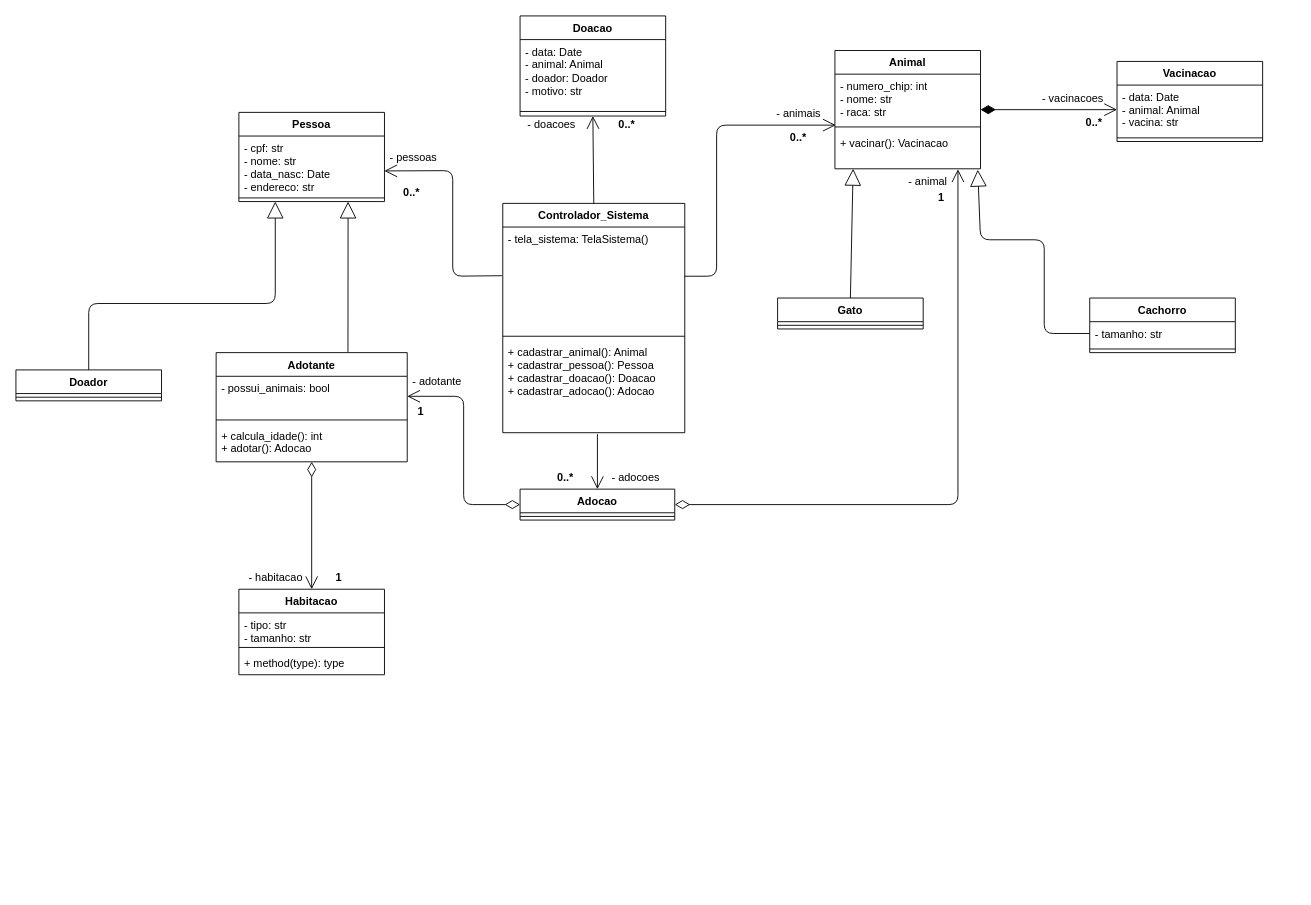
This is AdoçõesONG(Classes).drawio from ChrisBarlera/Trabalho-DSOO1, a draw.io file, before an edit. Source tidied: cells renumbered, new cells numbered last; positions are measured from the earlier drawing's top-left corner, leaving out a move shared by most shapes. Both pictures are drawn from the tidied source at 91%, with x=0, y=0 at pixel (15, 15).
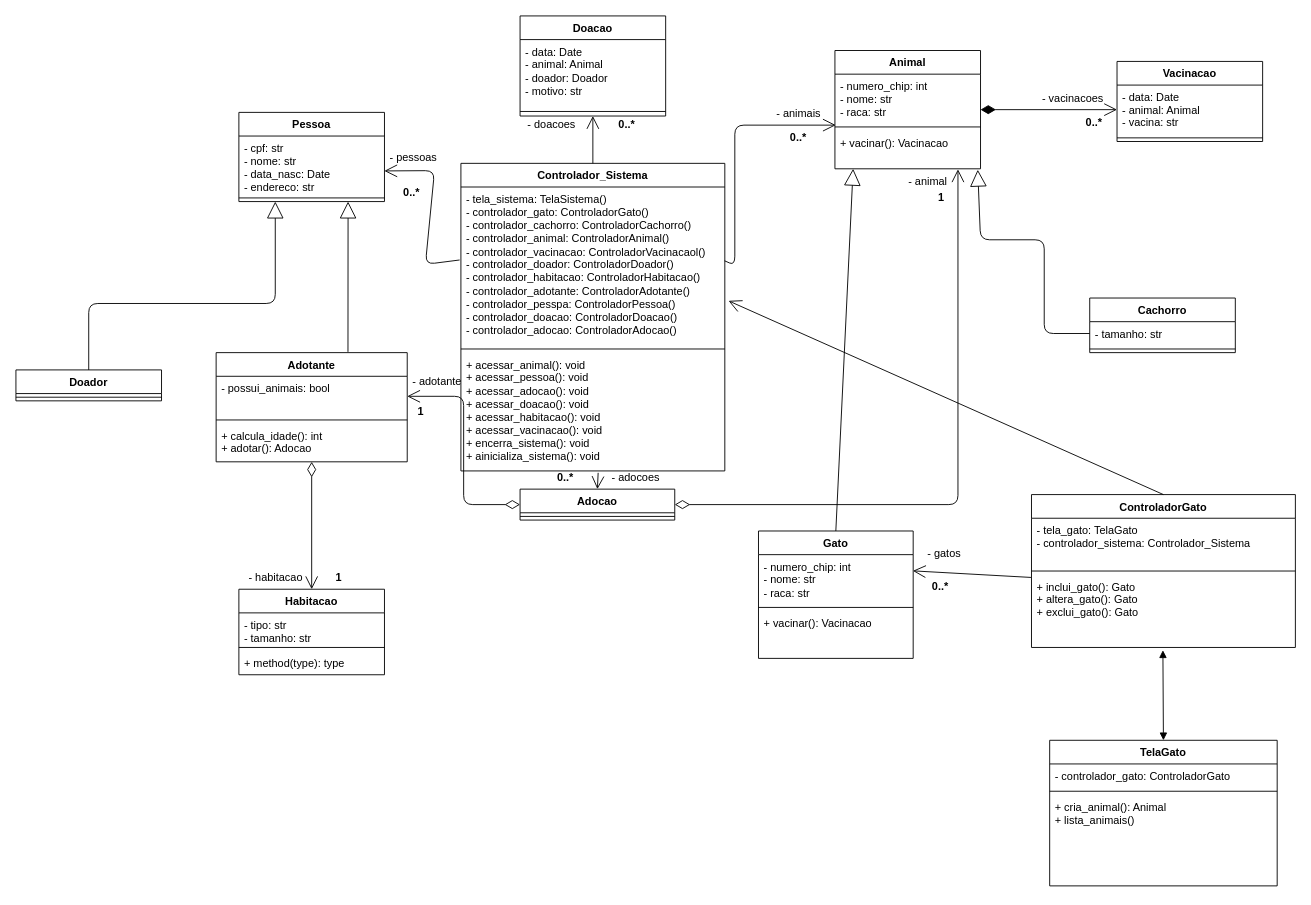
The same diagram, later.

Commit message:
Juntando diagrama de classes

The change refers to these unchanged cells:
```xml
<mxCell id="7" value="- cpf: str&lt;div&gt;- nome: str&lt;br&gt;&lt;/div&gt;&lt;div&gt;- data_nasc: Date&lt;br&gt;&lt;/div&gt;&lt;div&gt;- endereco: str&lt;/div&gt;" style="text;strokeColor=none;fillColor=none;align=left;verticalAlign=top;spacingLeft=4;spacingRight=4;overflow=hidden;points=[[0,0.5],[1,0.5]];portConstraint=eastwest;whiteSpace=wrap;html=1;" parent="6" vertex="1">
  <mxGeometry y="26" width="160" height="64" as="geometry" />
</mxCell>
<mxCell id="15" value="- numero_chip: int&lt;br&gt;- nome: str&lt;br&gt;&lt;div&gt;- raca: str&lt;br&gt;&lt;/div&gt;" style="text;strokeColor=none;fillColor=none;align=left;verticalAlign=top;spacingLeft=4;spacingRight=4;overflow=hidden;points=[[0,0.5],[1,0.5]];portConstraint=eastwest;whiteSpace=wrap;html=1;" parent="14" vertex="1">
  <mxGeometry y="26" width="160" height="54" as="geometry" />
</mxCell>
```

The edit, as a diff of the source:
```diff
@@
     <mxCell id="2" value="Controlador_Sistema" style="swimlane;fontStyle=1;align=center;verticalAlign=top;horizontal=1;startSize=26;whiteSpace=wrap;html=1;" parent="1" vertex="1">
-      <mxGeometry x="535" y="206" width="200" height="252" as="geometry" />
+      <mxGeometry x="489" y="162" width="290" height="338" as="geometry" />
     </mxCell>
-    <mxCell id="3" value="- tela_sistema: TelaSistema()" style="text;strokeColor=none;fillColor=none;align=left;verticalAlign=top;spacingLeft=4;spacingRight=4;overflow=hidden;points=[[0,0.5],[1,0.5]];portConstraint=eastwest;whiteSpace=wrap;html=1;" parent="2" vertex="1">
-      <mxGeometry y="26" width="200" height="116" as="geometry" />
+    <mxCell id="3" value="- tela_sistema: TelaSistema()&lt;br&gt;- controlador_gato: ControladorGato()&lt;br&gt;- controlador_cachorro: ControladorCachorro()&lt;br&gt;- controlador_animal: ControladorAnimal()&lt;br&gt;- controlador_vacinacao: ControladorVacinacaol()&lt;br&gt;- controlador_doador: ControladorDoador()&lt;br&gt;- controlador_habitacao: ControladorHabitacao()&lt;br&gt;- controlador_adotante: ControladorAdotante()&lt;br&gt;- controlador_pesspa: ControladorPessoa()&lt;br&gt;- controlador_doacao: ControladorDoacao()&lt;br&gt;- controlador_adocao: ControladorAdocao()" style="text;strokeColor=none;fillColor=none;align=left;verticalAlign=top;spacingLeft=4;spacingRight=4;overflow=hidden;points=[[0,0.5],[1,0.5]];portConstraint=eastwest;whiteSpace=wrap;html=1;" parent="2" vertex="1">
+      <mxGeometry y="26" width="290" height="174" as="geometry" />
     </mxCell>
     <mxCell id="4" style="line;strokeWidth=1;fillColor=none;align=left;verticalAlign=middle;spacingTop=-1;spacingLeft=3;spacingRight=3;labelPosition=right;strokeColor=inherit;" parent="2" vertex="1">
-      <mxGeometry y="142" width="200" height="8" as="geometry" />
+      <mxGeometry y="200" width="290" height="8" as="geometry" />
     </mxCell>
-    <mxCell id="5" value="+ cadastrar_animal(): Animal&amp;nbsp;&lt;br&gt;+ cadastrar_pessoa(): Pessoa&amp;nbsp;&lt;br&gt;+ cadastrar_doacao(): Doacao&lt;br&gt;+ cadastrar_adocao(): Adocao&amp;nbsp;&amp;nbsp;" style="text;strokeColor=none;fillColor=none;align=left;verticalAlign=top;spacingLeft=4;spacingRight=4;overflow=hidden;points=[[0,0.5],[1,0.5]];portConstraint=eastwest;whiteSpace=wrap;html=1;" parent="2" vertex="1">
-      <mxGeometry y="150" width="200" height="102" as="geometry" />
+    <mxCell id="5" value="+ acessar_animal(): void&lt;br&gt;+ acessar_pessoa(): void&lt;br&gt;+ acessar_adocao(): void&lt;br&gt;+ acessar_doacao(): void&lt;br&gt;+ acessar_habitacao(): void&lt;br&gt;+ acessar_vacinacao(): void&lt;br&gt;+ encerra_sistema(): void&lt;br&gt;+ ainicializa_sistema(): void" style="text;strokeColor=none;fillColor=none;align=left;verticalAlign=top;spacingLeft=4;spacingRight=4;overflow=hidden;points=[[0,0.5],[1,0.5]];portConstraint=eastwest;whiteSpace=wrap;html=1;" parent="2" vertex="1">
+      <mxGeometry y="208" width="290" height="130" as="geometry" />
     </mxCell>
@@
-    <mxCell id="18" value="Gato" style="swimlane;fontStyle=1;align=center;verticalAlign=top;horizontal=1;startSize=26;" parent="1" vertex="1">
-      <mxGeometry x="837" y="310" width="160" height="34" as="geometry" />
-    </mxCell>
-    <mxCell id="19" style="line;strokeWidth=1;fillColor=none;align=left;verticalAlign=middle;spacingTop=-1;spacingLeft=3;spacingRight=3;labelPosition=right;strokeColor=inherit;" parent="18" vertex="1">
-      <mxGeometry y="26" width="160" height="8" as="geometry" />
-    </mxCell>
@@
     <mxCell id="40" style="endArrow=open;endFill=1;endSize=12;html=1;entryX=0.006;entryY=1.037;entryDx=0;entryDy=0;entryPerimeter=0;exitX=0.999;exitY=0.466;exitDx=0;exitDy=0;exitPerimeter=0;" parent="1" edge="1" source="3" target="15">
       <mxGeometry relative="1" as="geometry">
         <Array as="points">
-          <mxPoint x="770" y="286" />
-          <mxPoint x="770" y="120" />
+          <mxPoint x="790" y="274" />
+          <mxPoint x="790" y="120" />
         </Array>
       </mxGeometry>
     </mxCell>
@@
     <mxCell id="44" style="endArrow=open;endFill=1;endSize=12;html=1;entryX=0.999;entryY=0.599;entryDx=0;entryDy=0;entryPerimeter=0;exitX=-0.005;exitY=0.461;exitDx=0;exitDy=0;exitPerimeter=0;" parent="1" edge="1" source="3" target="7">
       <mxGeometry relative="1" as="geometry">
         <Array as="points">
-          <mxPoint x="480" y="286" />
-          <mxPoint x="480" y="170" />
+          <mxPoint x="450" y="273" />
+          <mxPoint x="460" y="170" />
         </Array>
       </mxGeometry>
     </mxCell>
@@
+    <mxCell id="64" value="TelaGato" style="swimlane;fontStyle=1;align=center;verticalAlign=top;horizontal=1;startSize=26;" parent="1" vertex="1">
+      <mxGeometry x="1136" y="796" width="250" height="160" as="geometry" />
+    </mxCell>
+    <mxCell id="65" value="- controlador_gato: ControladorGato" style="text;strokeColor=none;fillColor=none;align=left;verticalAlign=top;spacingLeft=4;spacingRight=4;overflow=hidden;" parent="64" vertex="1">
+      <mxGeometry y="26" width="250" height="26" as="geometry" />
+    </mxCell>
+    <mxCell id="66" style="line;strokeWidth=1;fillColor=none;align=left;verticalAlign=middle;spacingTop=-1;spacingLeft=3;spacingRight=3;labelPosition=right;strokeColor=inherit;" parent="64" vertex="1">
+      <mxGeometry y="52" width="250" height="8" as="geometry" />
+    </mxCell>
+    <mxCell id="67" value="+ cria_animal(): Animal&#10;+ lista_animais()" style="text;strokeColor=none;fillColor=none;align=left;verticalAlign=top;spacingLeft=4;spacingRight=4;overflow=hidden;" parent="64" vertex="1">
+      <mxGeometry y="60" width="250" height="100" as="geometry" />
+    </mxCell>
+    <mxCell id="18" value="Gato" style="swimlane;fontStyle=1;align=center;verticalAlign=top;horizontal=1;startSize=26;whiteSpace=wrap;html=1;" parent="1" vertex="1">
+      <mxGeometry x="816" y="566" width="170" height="140" as="geometry" />
+    </mxCell>
+    <mxCell id="68" value="- numero_chip: int&lt;br&gt;- nome: str&lt;br&gt;&lt;div&gt;- raca: str&lt;/div&gt;" style="text;strokeColor=none;fillColor=none;align=left;verticalAlign=top;spacingLeft=4;spacingRight=4;overflow=hidden;points=[[0,0.5],[1,0.5]];portConstraint=eastwest;whiteSpace=wrap;html=1;" parent="18" vertex="1">
+      <mxGeometry y="26" width="170" height="54" as="geometry" />
+    </mxCell>
+    <mxCell id="69" style="line;strokeWidth=1;fillColor=none;align=left;verticalAlign=middle;spacingTop=-1;spacingLeft=3;spacingRight=3;labelPosition=right;strokeColor=inherit;" parent="18" vertex="1">
+      <mxGeometry y="80" width="170" height="8" as="geometry" />
+    </mxCell>
+    <mxCell id="70" value="+ vacinar(): Vacinacao" style="text;strokeColor=none;fillColor=none;align=left;verticalAlign=top;spacingLeft=4;spacingRight=4;overflow=hidden;whiteSpace=wrap;html=1;" parent="18" vertex="1">
+      <mxGeometry y="88" width="170" height="52" as="geometry" />
+    </mxCell>
+    <mxCell id="71" style="endArrow=open;endFill=1;endSize=12;html=1;entryX=0.998;entryY=0.33;entryDx=0;entryDy=0;entryPerimeter=0;exitX=-0.002;exitY=0.038;exitDx=0;exitDy=0;exitPerimeter=0;" parent="1" edge="1" source="77" target="68">
+      <mxGeometry relative="1" as="geometry" />
+    </mxCell>
+    <mxCell id="72" value="- gatos" style="text;strokeColor=none;fillColor=none;align=left;verticalAlign=top;spacingLeft=4;spacingRight=4;overflow=hidden;" parent="1" vertex="1">
+      <mxGeometry x="996" y="577" width="75" height="26" as="geometry" />
+    </mxCell>
+    <mxCell id="73" value="0..*" style="text;align=center;fontStyle=1;verticalAlign=middle;spacingLeft=3;spacingRight=3;strokeColor=none;" parent="1" vertex="1">
+      <mxGeometry x="976" y="613" width="80" height="26" as="geometry" />
+    </mxCell>
+    <mxCell id="74" value="ControladorGato" style="swimlane;fontStyle=1;align=center;verticalAlign=top;horizontal=1;startSize=26;" parent="1" vertex="1">
+      <mxGeometry x="1116" y="526" width="290" height="168" as="geometry" />
+    </mxCell>
+    <mxCell id="75" value="- tela_gato: TelaGato&#10;- controlador_sistema: Controlador_Sistema" style="text;strokeColor=none;fillColor=none;align=left;verticalAlign=top;spacingLeft=4;spacingRight=4;overflow=hidden;" parent="74" vertex="1">
+      <mxGeometry y="26" width="290" height="54" as="geometry" />
+    </mxCell>
+    <mxCell id="76" style="line;strokeWidth=1;fillColor=none;align=left;verticalAlign=middle;spacingTop=-1;spacingLeft=3;spacingRight=3;labelPosition=right;strokeColor=inherit;" parent="74" vertex="1">
+      <mxGeometry y="80" width="290" height="8" as="geometry" />
+    </mxCell>
+    <mxCell id="77" value="+ inclui_gato(): Gato&#10;+ altera_gato(): Gato&#10;+ exclui_gato(): Gato" style="text;strokeColor=none;fillColor=none;align=left;verticalAlign=top;spacingLeft=4;spacingRight=4;overflow=hidden;points=[[0,0.5],[1,0.5]];portConstraint=eastwest;" parent="74" vertex="1">
+      <mxGeometry y="88" width="290" height="80" as="geometry" />
+    </mxCell>
+    <mxCell id="78" style="endArrow=block;startArrow=block;endFill=1;startFill=1;html=1;entryX=0.498;entryY=1.038;entryDx=0;entryDy=0;entryPerimeter=0;exitX=0.5;exitY=0;exitDx=0;exitDy=0;" parent="1" edge="1" source="64" target="77">
+      <mxGeometry relative="1" as="geometry" />
+    </mxCell>
+    <mxCell id="79" style="endArrow=open;endFill=1;endSize=12;html=1;entryX=1.014;entryY=0.719;entryDx=0;entryDy=0;exitX=0.5;exitY=0;exitDx=0;exitDy=0;entryPerimeter=0;" parent="1" edge="1" source="74" target="3">
+      <mxGeometry relative="1" as="geometry" />
+    </mxCell>
```
